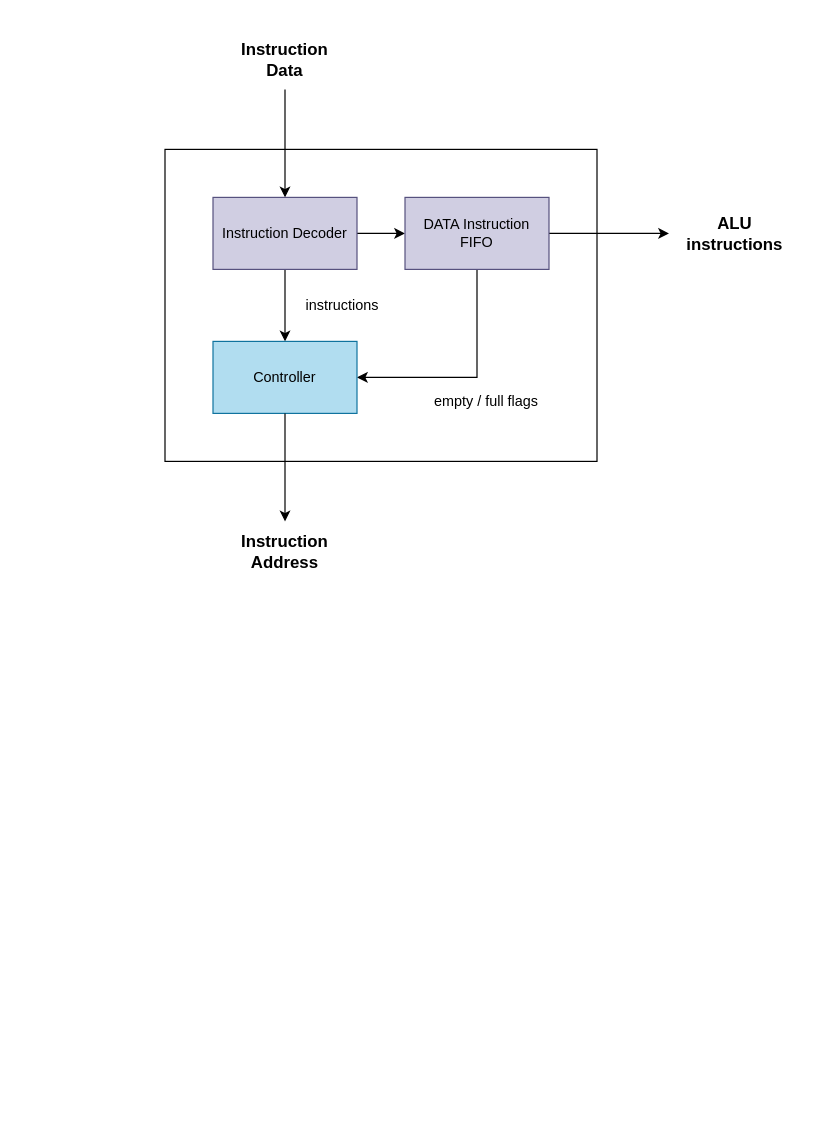
This is page "Control Unit" (2 of 3) of doc/friscv.drawio from dpretet/friscv, a draw.io file, before an edit. Source tidied: cells renumbered, new cells numbered last; positions are measured from the earlier drawing's top-left corner, leaving out a move shared by most shapes. Both pictures are drawn from the tidied source at 120%, with x=0, y=0 at pixel (164, 29).
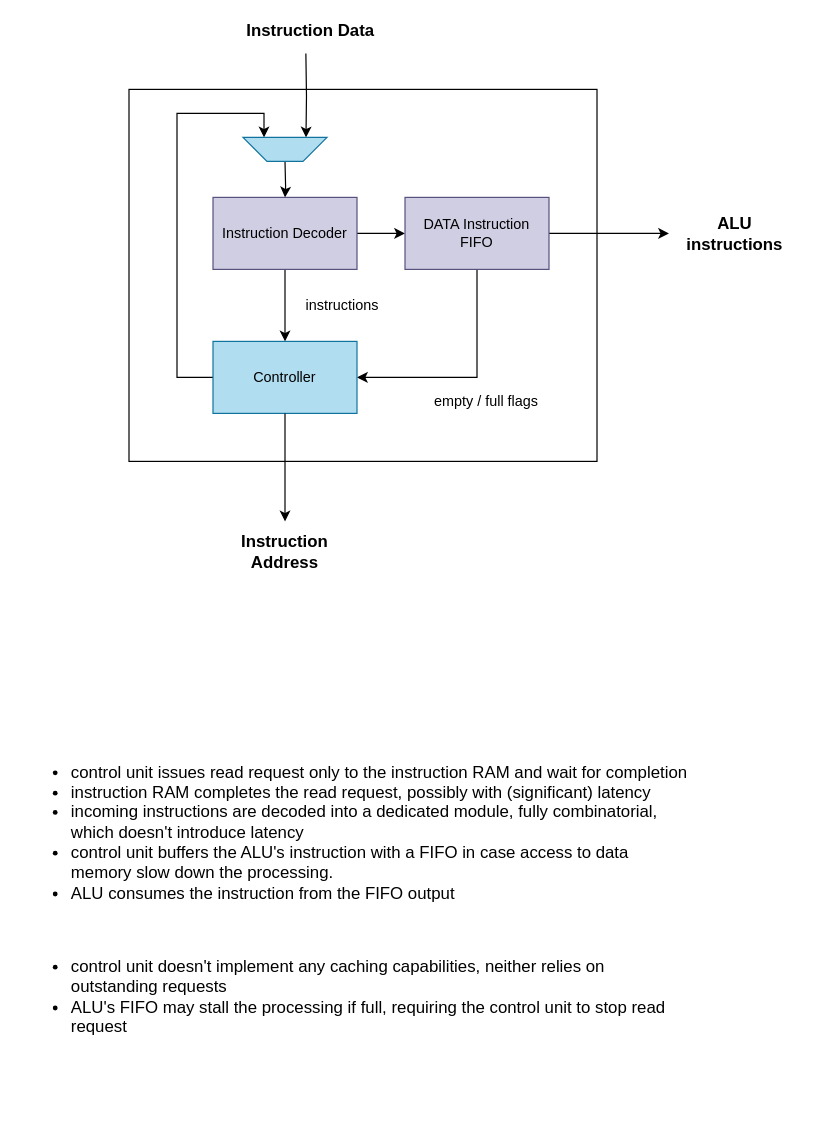
Above is the later version.

Unchanged cells that the change refers to:
```xml
<mxCell id="6" value="Instruction Decoder" style="rounded=0;whiteSpace=wrap;html=1;fillColor=#d0cee2;strokeColor=#56517e;" parent="1" vertex="1">
  <mxGeometry x="40" y="140" width="120" height="60" as="geometry" />
</mxCell>
<mxCell id="10" value="Controller" style="rounded=0;whiteSpace=wrap;html=1;fillColor=#b1ddf0;strokeColor=#10739e;" parent="1" vertex="1">
  <mxGeometry x="40" y="260" width="120" height="60" as="geometry" />
</mxCell>
```

Diff of the diagram source:
```diff
@@
     <mxCell id="2" style="rounded=0;whiteSpace=wrap;html=1;" parent="1" vertex="1">
-      <mxGeometry y="100" width="360" height="260" as="geometry" />
+      <mxGeometry x="-30" y="50" width="390" height="310" as="geometry" />
     </mxCell>
-    <mxCell id="3" style="edgeStyle=orthogonalEdgeStyle;rounded=0;jettySize=auto;html=1;startArrow=none;startFill=0;exitX=0.5;exitY=1;exitDx=0;exitDy=0;" parent="1" edge="1" source="12" target="6">
-      <mxGeometry relative="1" as="geometry" />
+    <mxCell id="3" style="edgeStyle=orthogonalEdgeStyle;rounded=0;jettySize=auto;html=1;startArrow=none;startFill=0;" parent="1" edge="1" target="6">
+      <mxGeometry relative="1" as="geometry">
+        <mxPoint x="100" y="110" as="sourcePoint" />
+      </mxGeometry>
     </mxCell>
@@
+    <mxCell id="18" style="edgeStyle=orthogonalEdgeStyle;rounded=0;jettySize=auto;html=1;exitX=0;exitY=0.5;exitDx=0;exitDy=0;entryX=0.75;entryY=1;entryDx=0;entryDy=0;startArrow=none;startFill=0;fontSize=14;fontColor=#FFFFFF;" parent="1" edge="1" source="10" target="21">
+      <mxGeometry relative="1" as="geometry">
+        <Array as="points">
+          <mxPoint x="10" y="290" />
+          <mxPoint x="10" y="70" />
+          <mxPoint x="83" y="70" />
+        </Array>
+      </mxGeometry>
+    </mxCell>
@@
-    <mxCell id="12" value="Instruction Data" style="text;html=1;strokeColor=none;fillColor=none;align=center;verticalAlign=middle;whiteSpace=wrap;rounded=0;fontSize=14;fontStyle=1;" parent="1" vertex="1">
-      <mxGeometry x="60" width="80" height="50" as="geometry" />
-    </mxCell>
@@
+    <mxCell id="19" value="&lt;ul&gt;&lt;li&gt;&lt;span&gt;control unit issues read request only to the instruction RAM and wait for completion&lt;/span&gt;&lt;br&gt;&lt;/li&gt;&lt;li&gt;&lt;span&gt;instruction RAM completes the read request, possibly with (significant) latency&lt;/span&gt;&lt;/li&gt;&lt;li&gt;incoming instructions are decoded into a dedicated module, fully combinatorial, which doesn't introduce latency&lt;/li&gt;&lt;li&gt;&lt;span&gt;control unit buffers the ALU's instruction with a FIFO in case access to data memory slow down the processing.&lt;/span&gt;&lt;/li&gt;&lt;li&gt;&lt;span&gt;ALU consumes the instruction from the FIFO output&lt;/span&gt;&lt;/li&gt;&lt;/ul&gt;&lt;br&gt;&lt;ul&gt;&lt;li&gt;control unit doesn't implement any caching capabilities, neither relies on outstanding requests&lt;/li&gt;&lt;li&gt;&lt;span&gt;ALU's FIFO may stall the processing if full, requiring the control unit to stop read request&lt;/span&gt;&lt;br&gt;&lt;/li&gt;&lt;/ul&gt;" style="text;html=1;strokeColor=none;fillColor=none;align=left;verticalAlign=middle;whiteSpace=wrap;rounded=0;fontSize=14;" parent="1" vertex="1">
+      <mxGeometry x="-120" y="540" width="560" height="370" as="geometry" />
+    </mxCell>
+    <mxCell id="20" style="edgeStyle=orthogonalEdgeStyle;rounded=0;jettySize=auto;html=1;exitX=0.25;exitY=1;exitDx=0;exitDy=0;startArrow=none;startFill=0;fontSize=14;fontColor=#FFFFFF;entryX=0.25;entryY=1;entryDx=0;entryDy=0;" parent="1" edge="1" target="21">
+      <mxGeometry relative="1" as="geometry">
+        <mxPoint x="117.4" y="20" as="sourcePoint" />
+      </mxGeometry>
+    </mxCell>
+    <mxCell id="12" value="Instruction Data" style="edgeLabel;html=1;align=center;verticalAlign=middle;points=[];fontSize=14;fontStyle=1;" parent="20" vertex="1">
+      <mxGeometry x="0.61" y="-1" relative="1" as="geometry">
+        <mxPoint x="3.5" y="-76.5" as="offset" />
+      </mxGeometry>
+    </mxCell>
+    <mxCell id="21" style="shape=trapezoid;perimeter=trapezoidPerimeter;whiteSpace=wrap;html=1;fixedSize=1;strokeColor=#10739e;fontSize=14;align=center;rotation=-180;fillColor=#b1ddf0;" parent="1" vertex="1">
+      <mxGeometry x="65" y="90" width="70" height="20" as="geometry" />
+    </mxCell>
```
